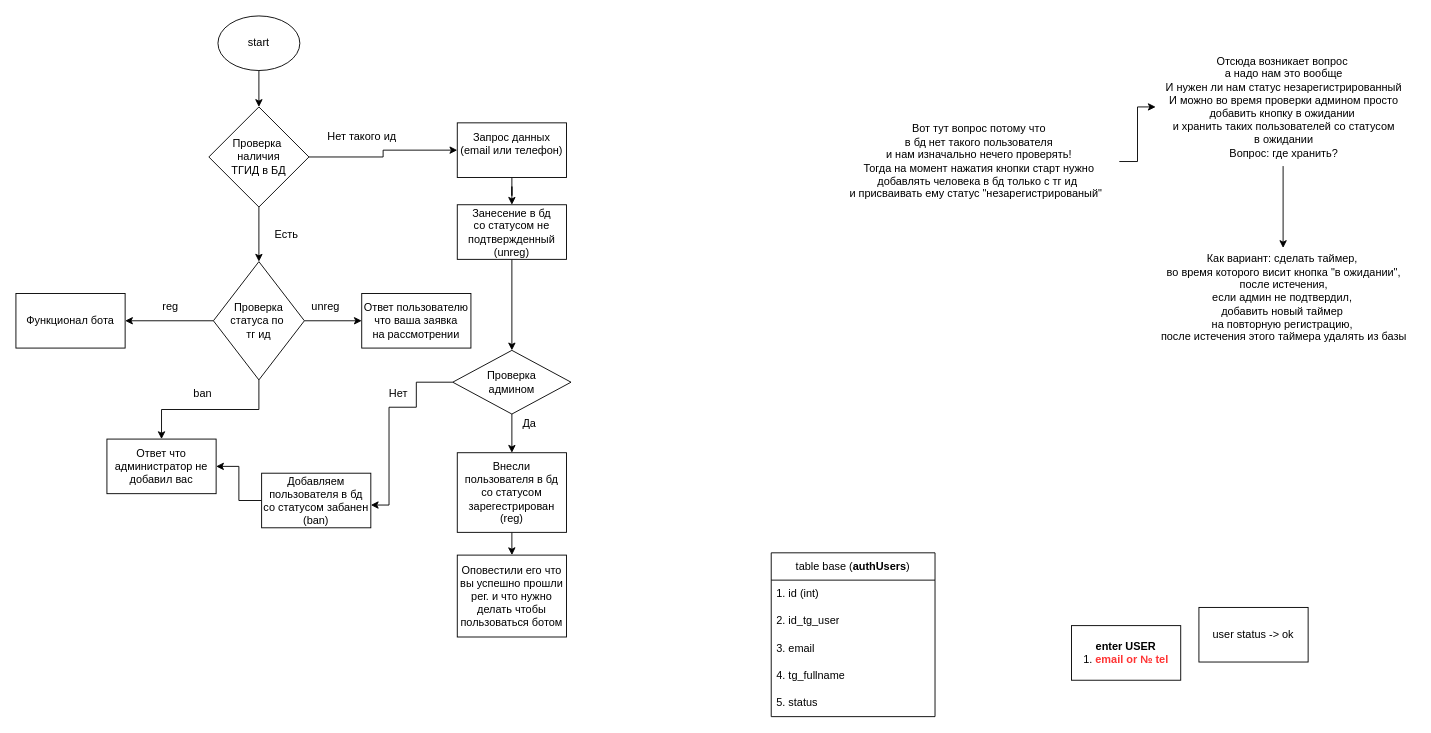
EvgeniiGud/draw keeps this draw.io diagram as auth_op_bot.drawio. Above is the earlier version. Source tidied: cells renumbered, new cells numbered last; positions are measured from the earlier drawing's top-left corner, leaving out a move shared by most shapes. Both pictures are drawn from the tidied source at 91%, with x=0, y=0 at pixel (15, 15).
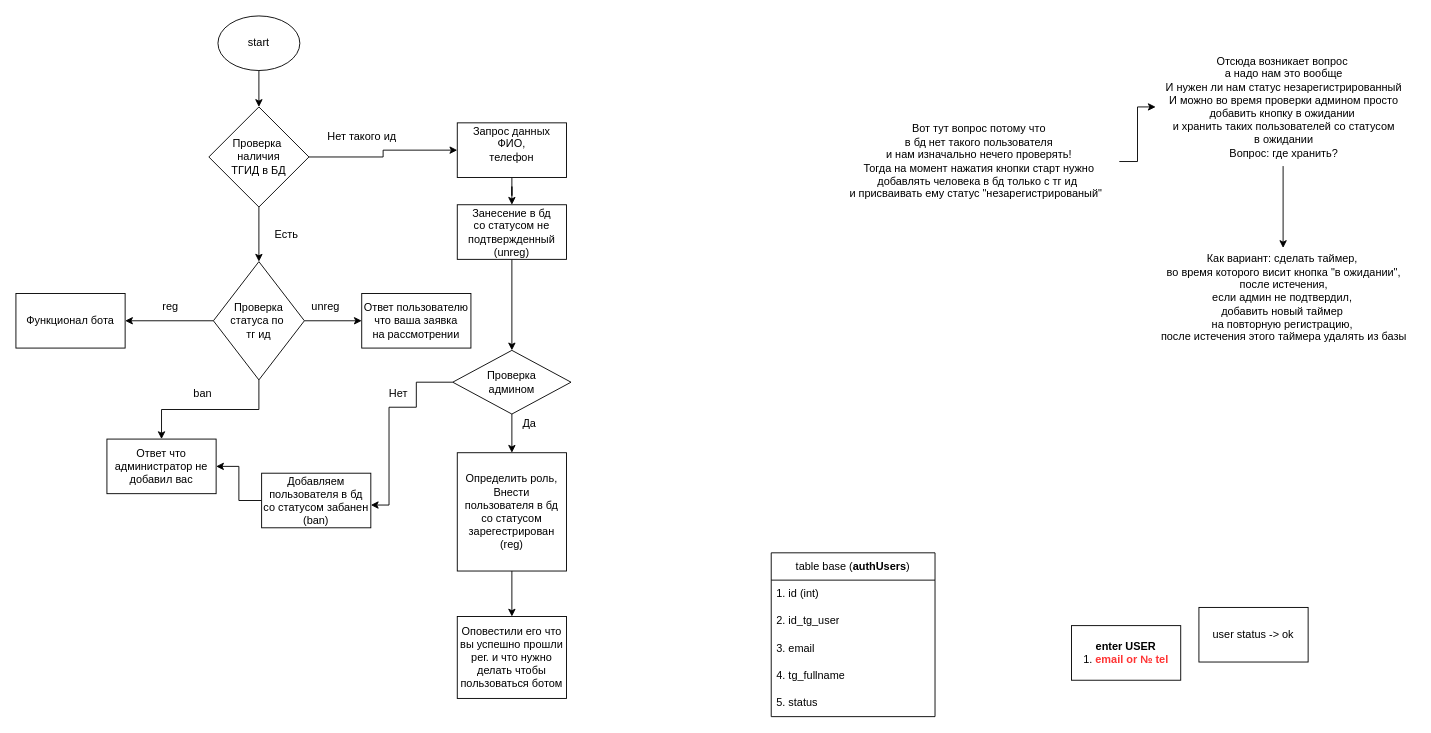
After the change.

Change to the diagram source:
```diff
@@
-    <mxCell id="21" value="&lt;div&gt;Запрос данных&lt;/div&gt;&lt;div&gt;(email или телефон)&lt;/div&gt;&lt;div&gt;&lt;br&gt;&lt;/div&gt;" style="whiteSpace=wrap;html=1;" parent="1" vertex="1">
+    <mxCell id="21" value="&lt;div&gt;Запрос данных&lt;/div&gt;&lt;div&gt;ФИО,&lt;/div&gt;&lt;div&gt;телефон&lt;/div&gt;&lt;div&gt;&lt;br&gt;&lt;/div&gt;" style="whiteSpace=wrap;html=1;" parent="1" vertex="1">
       <mxGeometry x="485" y="117.5" width="120" height="60" as="geometry" />
     </mxCell>
-    <mxCell id="22" style="edgeStyle=orthogonalEdgeStyle;rounded=0;jettySize=auto;html=1;" parent="1" edge="1" source="23">
-      <mxGeometry relative="1" as="geometry">
-        <mxPoint x="545.1" y="592.5" as="targetPoint" />
-      </mxGeometry>
+    <mxCell id="22" style="edgeStyle=orthogonalEdgeStyle;rounded=0;jettySize=auto;html=1;entryX=0.5;entryY=0;entryDx=0;entryDy=0;" parent="1" edge="1" source="23" target="33">
+      <mxGeometry relative="1" as="geometry" />
     </mxCell>
-    <mxCell id="23" value="&lt;div&gt;Внесли пользователя в бд со статусом&lt;/div&gt;&lt;div&gt;зарегестрирован&lt;/div&gt;&lt;div&gt;(reg)&lt;/div&gt;" style="whiteSpace=wrap;html=1;" parent="1" vertex="1">
-      <mxGeometry x="485" y="480" width="120" height="87.5" as="geometry" />
+    <mxCell id="23" value="&lt;div&gt;Определить роль,&lt;/div&gt;&lt;div&gt;Внести пользователя в бд со статусом&lt;/div&gt;&lt;div&gt;зарегестрирован&lt;/div&gt;&lt;div&gt;(reg)&lt;/div&gt;" style="whiteSpace=wrap;html=1;" parent="1" vertex="1">
+      <mxGeometry x="485" y="480" width="120" height="130" as="geometry" />
     </mxCell>
@@
     <mxCell id="33" value="&lt;div&gt;Оповестили его что вы успешно прошли рег. и что нужно делать чтобы пользоваться ботом&lt;br&gt;&lt;/div&gt;" style="whiteSpace=wrap;html=1;" parent="1" vertex="1">
-      <mxGeometry x="485" y="592.5" width="120" height="90" as="geometry" />
+      <mxGeometry x="485" y="660" width="120" height="90" as="geometry" />
     </mxCell>
```
